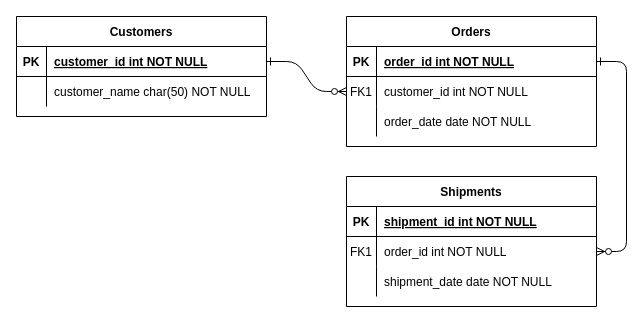
The draw.io diagram Untitled Diagram.drawio in TheCSharpAcademy/USC.ICT211.DatabaseDesign, before the edit. Source tidied: cells renumbered, new cells numbered last; positions are measured from the earlier drawing's top-left corner, leaving out a move shared by most shapes. Both pictures are drawn from the tidied source at 100%, with x=0, y=0 at pixel (16, 16).
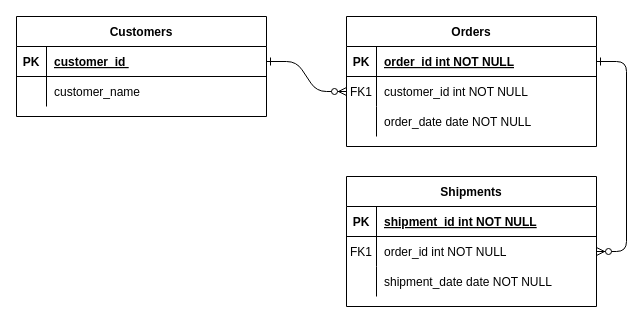
Above is the later version.

Unchanged cells that the change refers to:
```xml
<mxCell id="25" style="shape=partialRectangle;fillColor=none;points=[[0,0.5],[1,0.5]];portConstraint=eastwest;top=0;left=0;right=0;bottom=1;" parent="24" vertex="1">
  <mxGeometry y="30" width="250" height="30" as="geometry" />
</mxCell>
<mxCell id="28" style="shape=partialRectangle;fillColor=none;top=0;left=0;right=0;bottom=0;" parent="24" vertex="1">
  <mxGeometry y="60" width="250" height="30" as="geometry" />
</mxCell>
```

Diff of the diagram source:
```diff
@@
-    <mxCell id="27" value="customer_id int NOT NULL " style="shape=partialRectangle;overflow=hidden;fillColor=none;top=0;left=0;bottom=0;right=0;align=left;spacingLeft=6;fontStyle=5;" parent="25" vertex="1">
+    <mxCell id="27" value="customer_id " style="shape=partialRectangle;overflow=hidden;fillColor=none;top=0;left=0;bottom=0;right=0;align=left;spacingLeft=6;fontStyle=5;" parent="25" vertex="1">
       <mxGeometry x="30" width="220" height="30" as="geometry" />
     </mxCell>
@@
-    <mxCell id="30" value="customer_name char(50) NOT NULL" style="shape=partialRectangle;overflow=hidden;fillColor=none;top=0;left=0;bottom=0;right=0;align=left;spacingLeft=6;" parent="28" vertex="1">
+    <mxCell id="30" value="customer_name" style="shape=partialRectangle;overflow=hidden;fillColor=none;top=0;left=0;bottom=0;right=0;align=left;spacingLeft=6;" parent="28" vertex="1">
       <mxGeometry x="30" width="220" height="30" as="geometry" />
     </mxCell>
```
